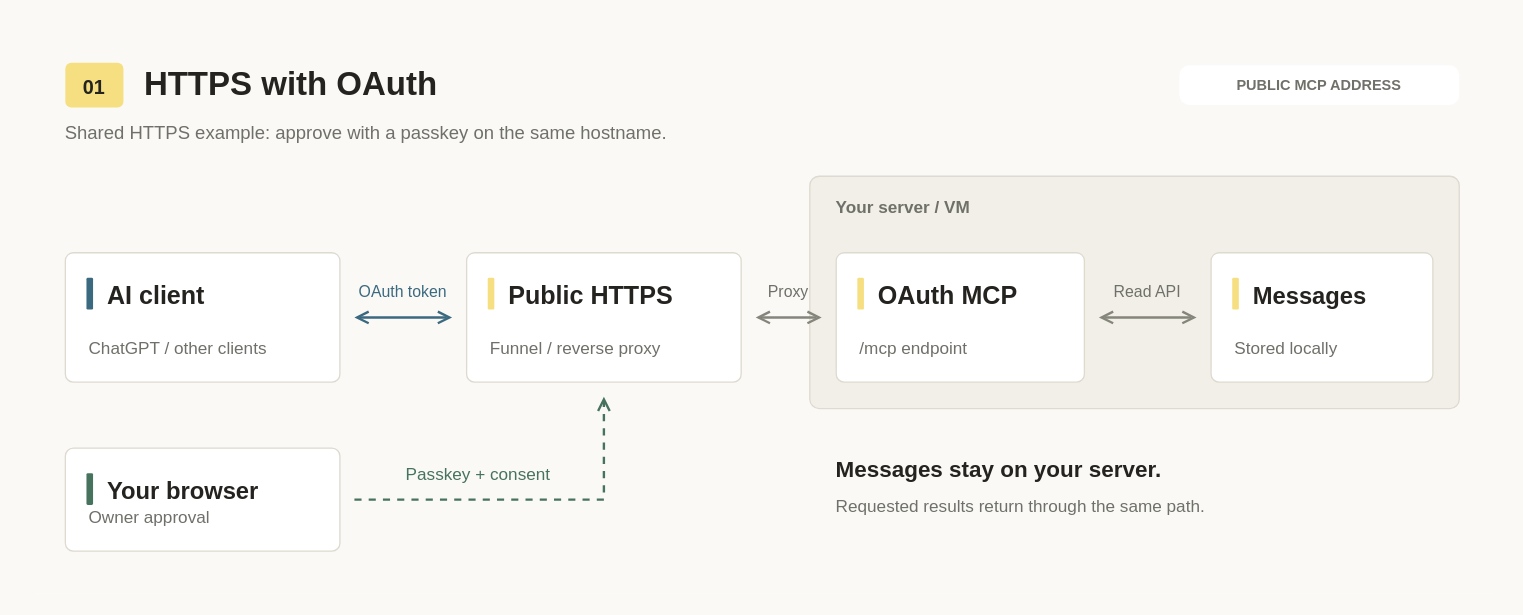
Above: page "HTTPS와 OAuth" (1 of 3) of docs/assets/connection-methods.drawio in rokrokss/kakaotalk-bridge (draw.io), before the change. Source tidied: cells renumbered, new cells numbered last; positions are measured from the earlier drawing's top-left corner, leaving out a move shared by most shapes. Both pictures are drawn from the tidied source at 132%, with x=0, y=0 at pixel (22, 22).
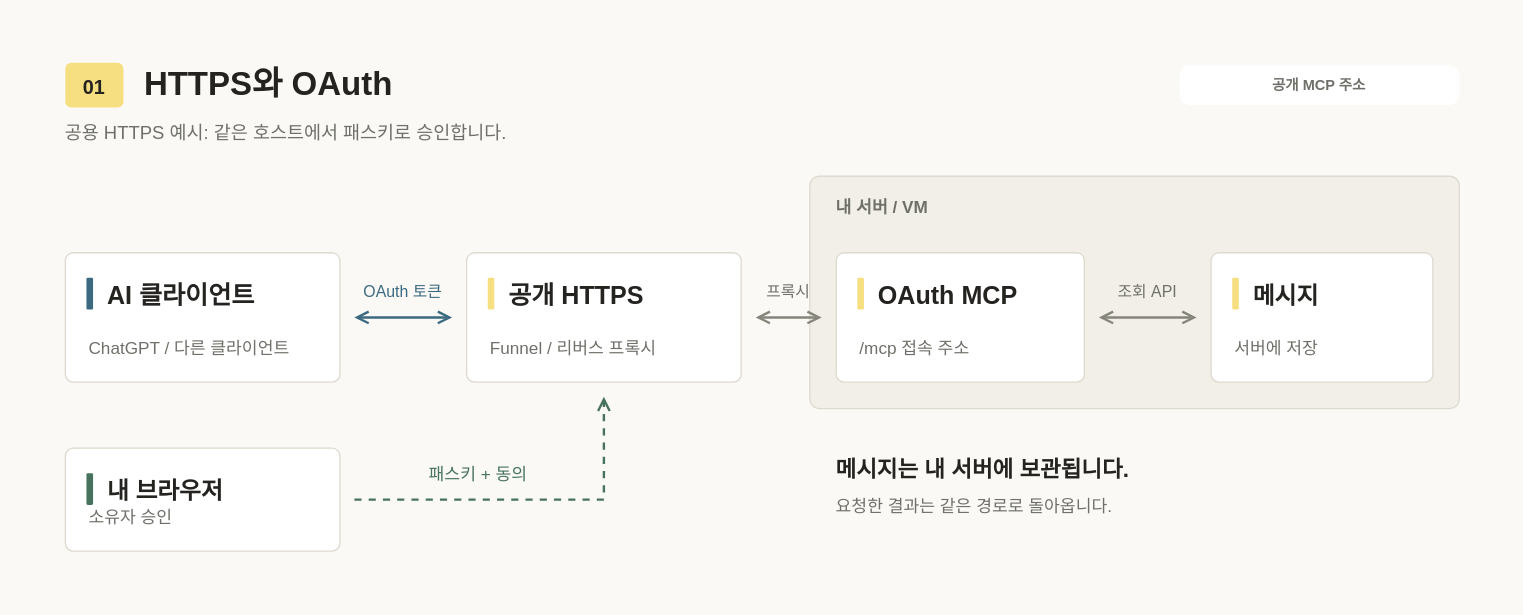
Above is the later version.

Unchanged cells that the change refers to:
```xml
<mxCell id="11" style="group;" parent="1" vertex="1">
  <mxGeometry x="32" y="174" width="208" height="98" as="geometry" />
</mxCell>
<mxCell id="16" style="group;" parent="1" vertex="1">
  <mxGeometry x="336" y="174" width="208" height="98" as="geometry" />
</mxCell>
<mxCell id="21" style="group;" parent="1" vertex="1">
  <mxGeometry x="616" y="174" width="188" height="98" as="geometry" />
</mxCell>
<mxCell id="26" style="group;" parent="1" vertex="1">
  <mxGeometry x="900" y="174" width="168" height="98" as="geometry" />
</mxCell>
<mxCell id="37" style="group;" parent="1" vertex="1">
  <mxGeometry x="32" y="322" width="208" height="78" as="geometry" />
</mxCell>
```

The edit, as a diff of the source:
```diff
@@
-    <mxCell id="5" value="HTTPS with OAuth" style="text;html=0;strokeColor=none;fillColor=none;align=left;verticalAlign=middle;whiteSpace=wrap;rounded=0;spacing=0;fontFamily=Helvetica;fontSize=25;fontColor=#242320;fontStyle=1;" parent="1" vertex="1">
+    <mxCell id="5" value="HTTPS와 OAuth" style="text;html=0;strokeColor=none;fillColor=none;align=left;verticalAlign=middle;whiteSpace=wrap;rounded=0;spacing=0;fontFamily=Helvetica;fontSize=25;fontColor=#242320;fontStyle=1;" parent="1" vertex="1">
       <mxGeometry x="92" y="28" width="630" height="33" as="geometry" />
     </mxCell>
-    <mxCell id="6" value="Shared HTTPS example: approve with a passkey on the same hostname." style="text;html=0;strokeColor=none;fillColor=none;align=left;verticalAlign=middle;whiteSpace=wrap;rounded=0;spacing=0;fontFamily=Helvetica;fontSize=14;fontColor=#6f7069;fontStyle=0;" parent="1" vertex="1">
+    <mxCell id="6" value="공용 HTTPS 예시: 같은 호스트에서 패스키로 승인합니다." style="text;html=0;strokeColor=none;fillColor=none;align=left;verticalAlign=middle;whiteSpace=wrap;rounded=0;spacing=0;fontFamily=Helvetica;fontSize=14;fontColor=#6f7069;fontStyle=0;" parent="1" vertex="1">
       <mxGeometry x="32" y="72" width="830" height="22" as="geometry" />
     </mxCell>
@@
-    <mxCell id="8" value="PUBLIC MCP ADDRESS" style="text;html=0;strokeColor=none;fillColor=none;align=center;verticalAlign=middle;whiteSpace=wrap;rounded=0;spacing=0;fontFamily=Helvetica;fontSize=11;fontColor=#6f7069;fontStyle=1;" parent="1" vertex="1">
+    <mxCell id="8" value="공개 MCP 주소" style="text;html=0;strokeColor=none;fillColor=none;align=center;verticalAlign=middle;whiteSpace=wrap;rounded=0;spacing=0;fontFamily=Helvetica;fontSize=11;fontColor=#6f7069;fontStyle=1;" parent="1" vertex="1">
       <mxGeometry x="882" y="37.9" width="200" height="19" as="geometry" />
     </mxCell>
@@
-    <mxCell id="10" value="Your server / VM" style="text;html=0;strokeColor=none;fillColor=none;align=left;verticalAlign=middle;whiteSpace=wrap;rounded=0;spacing=0;fontFamily=Helvetica;fontSize=13;fontColor=#6f7069;fontStyle=1;" parent="1" vertex="1">
+    <mxCell id="10" value="내 서버 / VM" style="text;html=0;strokeColor=none;fillColor=none;align=left;verticalAlign=middle;whiteSpace=wrap;rounded=0;spacing=0;fontFamily=Helvetica;fontSize=13;fontColor=#6f7069;fontStyle=1;" parent="1" vertex="1">
       <mxGeometry x="616" y="128" width="320" height="21" as="geometry" />
     </mxCell>
@@
-    <mxCell id="14" value="AI client" style="text;html=0;strokeColor=none;fillColor=none;align=left;verticalAlign=middle;whiteSpace=wrap;rounded=0;spacing=0;fontFamily=Helvetica;fontSize=19;fontColor=#242320;fontStyle=1;" parent="11" vertex="1">
+    <mxCell id="14" value="AI 클라이언트" style="text;html=0;strokeColor=none;fillColor=none;align=left;verticalAlign=middle;whiteSpace=wrap;rounded=0;spacing=0;fontFamily=Helvetica;fontSize=19;fontColor=#242320;fontStyle=1;" parent="11" vertex="1">
       <mxGeometry x="32" y="19" width="166" height="27" as="geometry" />
     </mxCell>
-    <mxCell id="15" value="ChatGPT / other clients" style="text;html=0;strokeColor=none;fillColor=none;align=left;verticalAlign=middle;whiteSpace=wrap;rounded=0;spacing=0;fontFamily=Helvetica;fontSize=13;fontColor=#6f7069;fontStyle=0;" parent="11" vertex="1">
+    <mxCell id="15" value="ChatGPT / 다른 클라이언트" style="text;html=0;strokeColor=none;fillColor=none;align=left;verticalAlign=middle;whiteSpace=wrap;rounded=0;spacing=0;fontFamily=Helvetica;fontSize=13;fontColor=#6f7069;fontStyle=0;" parent="11" vertex="1">
       <mxGeometry x="18" y="61" width="178" height="21" as="geometry" />
     </mxCell>
@@
-    <mxCell id="19" value="Public HTTPS" style="text;html=0;strokeColor=none;fillColor=none;align=left;verticalAlign=middle;whiteSpace=wrap;rounded=0;spacing=0;fontFamily=Helvetica;fontSize=19;fontColor=#242320;fontStyle=1;" parent="16" vertex="1">
+    <mxCell id="19" value="공개 HTTPS" style="text;html=0;strokeColor=none;fillColor=none;align=left;verticalAlign=middle;whiteSpace=wrap;rounded=0;spacing=0;fontFamily=Helvetica;fontSize=19;fontColor=#242320;fontStyle=1;" parent="16" vertex="1">
       <mxGeometry x="32" y="19" width="166" height="27" as="geometry" />
     </mxCell>
-    <mxCell id="20" value="Funnel / reverse proxy" style="text;html=0;strokeColor=none;fillColor=none;align=left;verticalAlign=middle;whiteSpace=wrap;rounded=0;spacing=0;fontFamily=Helvetica;fontSize=13;fontColor=#6f7069;fontStyle=0;" parent="16" vertex="1">
+    <mxCell id="20" value="Funnel / 리버스 프록시" style="text;html=0;strokeColor=none;fillColor=none;align=left;verticalAlign=middle;whiteSpace=wrap;rounded=0;spacing=0;fontFamily=Helvetica;fontSize=13;fontColor=#6f7069;fontStyle=0;" parent="16" vertex="1">
       <mxGeometry x="18" y="61" width="178" height="21" as="geometry" />
     </mxCell>
@@
-    <mxCell id="25" value="/mcp endpoint" style="text;html=0;strokeColor=none;fillColor=none;align=left;verticalAlign=middle;whiteSpace=wrap;rounded=0;spacing=0;fontFamily=Helvetica;fontSize=13;fontColor=#6f7069;fontStyle=0;" parent="21" vertex="1">
+    <mxCell id="25" value="/mcp 접속 주소" style="text;html=0;strokeColor=none;fillColor=none;align=left;verticalAlign=middle;whiteSpace=wrap;rounded=0;spacing=0;fontFamily=Helvetica;fontSize=13;fontColor=#6f7069;fontStyle=0;" parent="21" vertex="1">
       <mxGeometry x="18" y="61" width="158" height="21" as="geometry" />
     </mxCell>
@@
-    <mxCell id="29" value="Messages" style="text;html=0;strokeColor=none;fillColor=none;align=left;verticalAlign=middle;whiteSpace=wrap;rounded=0;spacing=0;fontFamily=Helvetica;fontSize=18;fontColor=#242320;fontStyle=1;" parent="26" vertex="1">
+    <mxCell id="29" value="메시지" style="text;html=0;strokeColor=none;fillColor=none;align=left;verticalAlign=middle;whiteSpace=wrap;rounded=0;spacing=0;fontFamily=Helvetica;fontSize=18;fontColor=#242320;fontStyle=1;" parent="26" vertex="1">
       <mxGeometry x="32" y="20" width="126" height="26" as="geometry" />
     </mxCell>
-    <mxCell id="30" value="Stored locally" style="text;html=0;strokeColor=none;fillColor=none;align=left;verticalAlign=middle;whiteSpace=wrap;rounded=0;spacing=0;fontFamily=Helvetica;fontSize=13;fontColor=#6f7069;fontStyle=0;" parent="26" vertex="1">
+    <mxCell id="30" value="서버에 저장" style="text;html=0;strokeColor=none;fillColor=none;align=left;verticalAlign=middle;whiteSpace=wrap;rounded=0;spacing=0;fontFamily=Helvetica;fontSize=13;fontColor=#6f7069;fontStyle=0;" parent="26" vertex="1">
       <mxGeometry x="18" y="61" width="138" height="21" as="geometry" />
     </mxCell>
@@
-    <mxCell id="32" value="OAuth token" style="text;html=0;strokeColor=none;fillColor=none;align=center;verticalAlign=middle;whiteSpace=wrap;rounded=0;spacing=0;fontFamily=Helvetica;fontSize=12;fontColor=#3b697f;fontStyle=0;" parent="1" vertex="1">
+    <mxCell id="32" value="OAuth 토큰" style="text;html=0;strokeColor=none;fillColor=none;align=center;verticalAlign=middle;whiteSpace=wrap;rounded=0;spacing=0;fontFamily=Helvetica;fontSize=12;fontColor=#3b697f;fontStyle=0;" parent="1" vertex="1">
       <mxGeometry x="243" y="194" width="90" height="20" as="geometry" />
     </mxCell>
@@
-    <mxCell id="34" value="Proxy" style="text;html=0;strokeColor=none;fillColor=none;align=center;verticalAlign=middle;whiteSpace=wrap;rounded=0;spacing=0;fontFamily=Helvetica;fontSize=12;fontColor=#6f7069;fontStyle=0;" parent="1" vertex="1">
+    <mxCell id="34" value="프록시" style="text;html=0;strokeColor=none;fillColor=none;align=center;verticalAlign=middle;whiteSpace=wrap;rounded=0;spacing=0;fontFamily=Helvetica;fontSize=12;fontColor=#6f7069;fontStyle=0;" parent="1" vertex="1">
       <mxGeometry x="550" y="194" width="60" height="20" as="geometry" />
     </mxCell>
@@
-    <mxCell id="36" value="Read API" style="text;html=0;strokeColor=none;fillColor=none;align=center;verticalAlign=middle;whiteSpace=wrap;rounded=0;spacing=0;fontFamily=Helvetica;fontSize=12;fontColor=#6f7069;fontStyle=0;" parent="1" vertex="1">
+    <mxCell id="36" value="조회 API" style="text;html=0;strokeColor=none;fillColor=none;align=center;verticalAlign=middle;whiteSpace=wrap;rounded=0;spacing=0;fontFamily=Helvetica;fontSize=12;fontColor=#6f7069;fontStyle=0;" parent="1" vertex="1">
       <mxGeometry x="811" y="194" width="82" height="20" as="geometry" />
     </mxCell>
@@
-    <mxCell id="40" value="Your browser" style="text;html=0;strokeColor=none;fillColor=none;align=left;verticalAlign=middle;whiteSpace=wrap;rounded=0;spacing=0;fontFamily=Helvetica;fontSize=18;fontColor=#242320;fontStyle=1;" parent="37" vertex="1">
+    <mxCell id="40" value="내 브라우저" style="text;html=0;strokeColor=none;fillColor=none;align=left;verticalAlign=middle;whiteSpace=wrap;rounded=0;spacing=0;fontFamily=Helvetica;fontSize=18;fontColor=#242320;fontStyle=1;" parent="37" vertex="1">
       <mxGeometry x="32" y="20" width="166" height="26" as="geometry" />
     </mxCell>
-    <mxCell id="41" value="Owner approval" style="text;html=0;strokeColor=none;fillColor=none;align=left;verticalAlign=middle;whiteSpace=wrap;rounded=0;spacing=0;fontFamily=Helvetica;fontSize=13;fontColor=#6f7069;fontStyle=0;" parent="37" vertex="1">
+    <mxCell id="41" value="소유자 승인" style="text;html=0;strokeColor=none;fillColor=none;align=left;verticalAlign=middle;whiteSpace=wrap;rounded=0;spacing=0;fontFamily=Helvetica;fontSize=13;fontColor=#6f7069;fontStyle=0;" parent="37" vertex="1">
       <mxGeometry x="18" y="41" width="178" height="21" as="geometry" />
     </mxCell>
@@
-    <mxCell id="43" value="Passkey + consent" style="text;html=0;strokeColor=none;fillColor=none;align=center;verticalAlign=middle;whiteSpace=wrap;rounded=0;spacing=0;fontFamily=Helvetica;fontSize=13;fontColor=#47735e;fontStyle=0;" parent="1" vertex="1">
+    <mxCell id="43" value="패스키 + 동의" style="text;html=0;strokeColor=none;fillColor=none;align=center;verticalAlign=middle;whiteSpace=wrap;rounded=0;spacing=0;fontFamily=Helvetica;fontSize=13;fontColor=#47735e;fontStyle=0;" parent="1" vertex="1">
       <mxGeometry x="250" y="331" width="190" height="21" as="geometry" />
     </mxCell>
-    <mxCell id="44" value="Messages stay on your server." style="text;html=0;strokeColor=none;fillColor=none;align=left;verticalAlign=middle;whiteSpace=wrap;rounded=0;spacing=0;fontFamily=Helvetica;fontSize=17;fontColor=#242320;fontStyle=1;" parent="1" vertex="1">
+    <mxCell id="44" value="메시지는 내 서버에 보관됩니다." style="text;html=0;strokeColor=none;fillColor=none;align=left;verticalAlign=middle;whiteSpace=wrap;rounded=0;spacing=0;fontFamily=Helvetica;fontSize=17;fontColor=#242320;fontStyle=1;" parent="1" vertex="1">
       <mxGeometry x="616" y="326" width="420" height="25" as="geometry" />
     </mxCell>
-    <mxCell id="45" value="Requested results return through the same path." style="text;html=0;strokeColor=none;fillColor=none;align=left;verticalAlign=middle;whiteSpace=wrap;rounded=0;spacing=0;fontFamily=Helvetica;fontSize=13;fontColor=#6f7069;fontStyle=0;" parent="1" vertex="1">
+    <mxCell id="45" value="요청한 결과는 같은 경로로 돌아옵니다." style="text;html=0;strokeColor=none;fillColor=none;align=left;verticalAlign=middle;whiteSpace=wrap;rounded=0;spacing=0;fontFamily=Helvetica;fontSize=13;fontColor=#6f7069;fontStyle=0;" parent="1" vertex="1">
       <mxGeometry x="616" y="355" width="440" height="21" as="geometry" />
     </mxCell>
```
